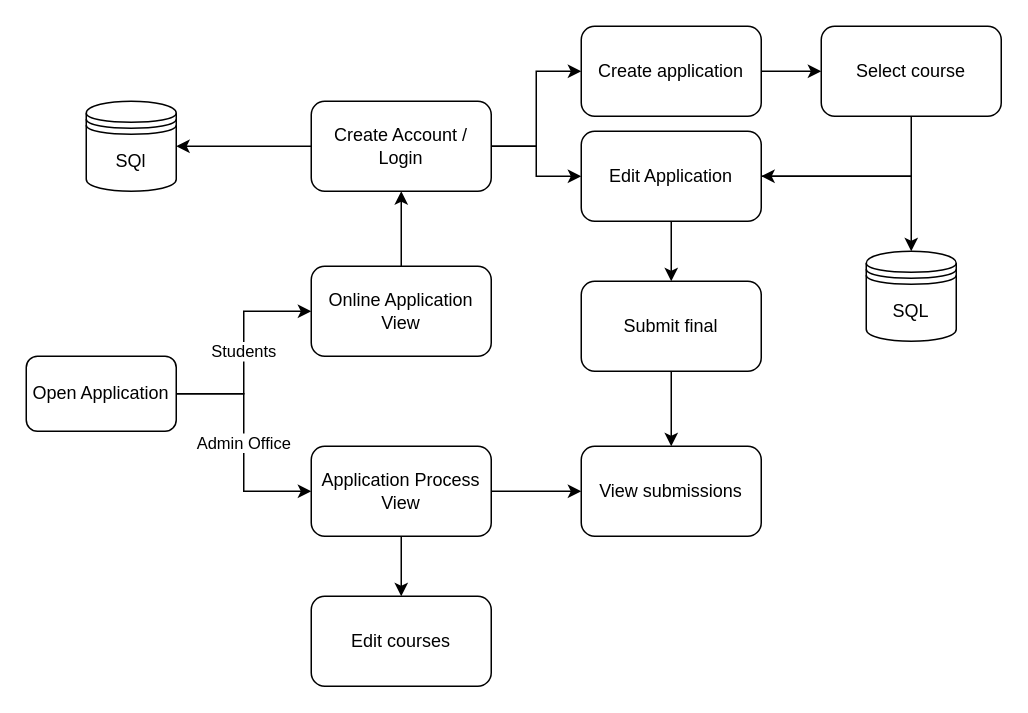
This is Phase1/flow diagram.drawio from benricok/Delphi-PAT2022-Gr12, a draw.io file, before an edit. Source tidied: cells renumbered, new cells numbered last; positions are measured from the earlier drawing's top-left corner, leaving out a move shared by most shapes. Both pictures are drawn from the tidied source at 150%, with x=0, y=0 at pixel (26, 26).
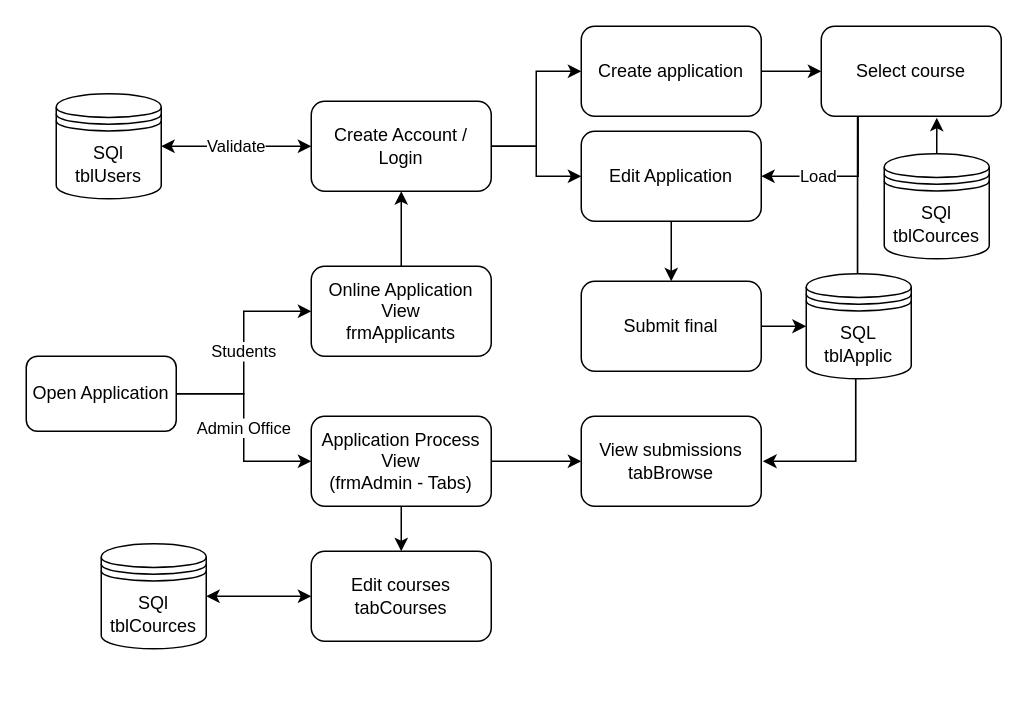
Above is the later version.

Unchanged cells that the change refers to:
```xml
<mxCell id="13" value="Create Account /&lt;br&gt;Login" style="whiteSpace=wrap;html=1;rounded=1;" parent="1" vertex="1">
  <mxGeometry x="190" y="50" width="120" height="60" as="geometry" />
</mxCell>
<mxCell id="18" value="Edit Application" style="whiteSpace=wrap;html=1;rounded=1;" parent="1" vertex="1">
  <mxGeometry x="370" y="70" width="120" height="60" as="geometry" />
</mxCell>
<mxCell id="21" value="Submit final" style="whiteSpace=wrap;html=1;rounded=1;" parent="1" vertex="1">
  <mxGeometry x="370" y="170" width="120" height="60" as="geometry" />
</mxCell>
<mxCell id="25" value="Select course" style="whiteSpace=wrap;html=1;rounded=1;" parent="1" vertex="1">
  <mxGeometry x="530" width="120" height="60" as="geometry" />
</mxCell>
```

Change to the diagram source:
```diff
@@
-    <mxCell id="6" value="Online Application View" style="whiteSpace=wrap;html=1;rounded=1;" parent="1" vertex="1">
+    <mxCell id="6" value="Online Application View&lt;br&gt;frmApplicants" style="whiteSpace=wrap;html=1;rounded=1;" parent="1" vertex="1">
       <mxGeometry x="190" y="160" width="120" height="60" as="geometry" />
     </mxCell>
@@
-    <mxCell id="9" value="Application Process&lt;br&gt;View" style="whiteSpace=wrap;html=1;rounded=1;" parent="1" vertex="1">
-      <mxGeometry x="190" y="280" width="120" height="60" as="geometry" />
+    <mxCell id="9" value="Application Process&lt;br&gt;View&lt;br&gt;(frmAdmin - Tabs)" style="whiteSpace=wrap;html=1;rounded=1;" parent="1" vertex="1">
+      <mxGeometry x="190" y="260" width="120" height="60" as="geometry" />
     </mxCell>
@@
-    <mxCell id="12" style="edgeStyle=orthogonalEdgeStyle;rounded=0;jettySize=auto;html=1;entryX=1;entryY=0.5;entryDx=0;entryDy=0;" parent="1" edge="1" source="13" target="19">
+    <mxCell id="12" value="Validate" style="edgeStyle=orthogonalEdgeStyle;rounded=0;jettySize=auto;html=1;entryX=1;entryY=0.5;entryDx=0;entryDy=0;startArrow=classic;startFill=1;" parent="1" edge="1" source="13" target="19">
       <mxGeometry relative="1" as="geometry" />
     </mxCell>
@@
+    <mxCell id="27" style="edgeStyle=orthogonalEdgeStyle;rounded=0;jettySize=auto;html=1;entryX=0.5;entryY=0;entryDx=0;entryDy=0;startArrow=classic;startFill=1;endArrow=none;endFill=0;exitX=0.642;exitY=1.017;exitDx=0;exitDy=0;exitPerimeter=0;" parent="1" edge="1" source="25" target="32">
+      <mxGeometry relative="1" as="geometry" />
+    </mxCell>
@@
-    <mxCell id="17" style="edgeStyle=orthogonalEdgeStyle;rounded=0;jettySize=auto;html=1;entryX=0.5;entryY=0;entryDx=0;entryDy=0;" parent="1" edge="1" source="18" target="26">
-      <mxGeometry relative="1" as="geometry" />
-    </mxCell>
@@
-    <mxCell id="19" value="SQl" style="shape=datastore;whiteSpace=wrap;html=1;" parent="1" vertex="1">
-      <mxGeometry x="40" y="50" width="60" height="60" as="geometry" />
+    <mxCell id="19" value="SQl&lt;br&gt;tblUsers" style="shape=datastore;whiteSpace=wrap;html=1;" parent="1" vertex="1">
+      <mxGeometry x="20" y="45" width="70" height="70" as="geometry" />
     </mxCell>
-    <mxCell id="20" style="edgeStyle=orthogonalEdgeStyle;rounded=0;jettySize=auto;html=1;entryX=0.5;entryY=0;entryDx=0;entryDy=0;" parent="1" edge="1" source="21" target="23">
-      <mxGeometry relative="1" as="geometry" />
-    </mxCell>
+    <mxCell id="28" style="edgeStyle=orthogonalEdgeStyle;rounded=0;jettySize=auto;html=1;entryX=0;entryY=0.5;entryDx=0;entryDy=0;startArrow=none;startFill=0;endArrow=classic;endFill=1;strokeWidth=1.1;" parent="1" edge="1" source="21" target="26">
+      <mxGeometry relative="1" as="geometry" />
+    </mxCell>
@@
+    <mxCell id="29" style="edgeStyle=orthogonalEdgeStyle;rounded=0;jettySize=auto;html=1;entryX=1;entryY=0.5;entryDx=0;entryDy=0;startArrow=classic;startFill=1;endArrow=classic;endFill=1;" parent="1" edge="1" source="22" target="33">
+      <mxGeometry relative="1" as="geometry" />
+    </mxCell>
-    <mxCell id="22" value="Edit courses" style="whiteSpace=wrap;html=1;rounded=1;" parent="1" vertex="1">
-      <mxGeometry x="190" y="380" width="120" height="60" as="geometry" />
+    <mxCell id="22" value="Edit courses&lt;br&gt;tabCourses" style="whiteSpace=wrap;html=1;rounded=1;" parent="1" vertex="1">
+      <mxGeometry x="190" y="350" width="120" height="60" as="geometry" />
     </mxCell>
-    <mxCell id="23" value="View submissions" style="whiteSpace=wrap;html=1;rounded=1;" parent="1" vertex="1">
-      <mxGeometry x="370" y="280" width="120" height="60" as="geometry" />
+    <mxCell id="23" value="View submissions&lt;br&gt;tabBrowse" style="whiteSpace=wrap;html=1;rounded=1;" parent="1" vertex="1">
+      <mxGeometry x="370" y="260" width="120" height="60" as="geometry" />
     </mxCell>
-    <mxCell id="24" style="edgeStyle=orthogonalEdgeStyle;rounded=0;jettySize=auto;html=1;entryX=1;entryY=0.5;entryDx=0;entryDy=0;" parent="1" edge="1" source="25" target="18">
-      <mxGeometry relative="1" as="geometry">
+    <mxCell id="24" value="Load" style="edgeStyle=orthogonalEdgeStyle;rounded=0;jettySize=auto;html=1;entryX=1;entryY=0.5;entryDx=0;entryDy=0;exitX=0.205;exitY=0.994;exitDx=0;exitDy=0;exitPerimeter=0;strokeWidth=1;" parent="1" edge="1" source="25" target="18">
+      <mxGeometry x="0.27" relative="1" as="geometry">
         <Array as="points">
-          <mxPoint x="590" y="100" />
+          <mxPoint x="555" y="100" />
         </Array>
       </mxGeometry>
     </mxCell>
@@
+    <mxCell id="30" style="edgeStyle=orthogonalEdgeStyle;rounded=0;jettySize=auto;html=1;entryX=0.202;entryY=1;entryDx=0;entryDy=0;startArrow=none;startFill=0;endArrow=none;endFill=0;entryPerimeter=0;strokeWidth=1.1;exitX=0.568;exitY=0.017;exitDx=0;exitDy=0;exitPerimeter=0;" parent="1" edge="1" source="26" target="25">
+      <mxGeometry relative="1" as="geometry">
+        <Array as="points">
+          <mxPoint x="554" y="166" />
+        </Array>
+      </mxGeometry>
+    </mxCell>
+    <mxCell id="31" style="edgeStyle=orthogonalEdgeStyle;rounded=0;jettySize=auto;html=1;startArrow=none;startFill=0;endArrow=classic;endFill=1;strokeWidth=1.1;" parent="1" edge="1" source="26">
+      <mxGeometry relative="1" as="geometry">
+        <mxPoint x="491" y="290" as="targetPoint" />
+        <Array as="points">
+          <mxPoint x="553" y="290" />
+        </Array>
+      </mxGeometry>
+    </mxCell>
-    <mxCell id="26" value="SQL" style="shape=datastore;whiteSpace=wrap;html=1;" parent="1" vertex="1">
-      <mxGeometry x="560" y="150" width="60" height="60" as="geometry" />
+    <mxCell id="26" value="SQL&lt;br&gt;tblApplic" style="shape=datastore;whiteSpace=wrap;html=1;" parent="1" vertex="1">
+      <mxGeometry x="520" y="165" width="70" height="70" as="geometry" />
     </mxCell>
+    <mxCell id="32" value="SQl&lt;br&gt;tblCources" style="shape=datastore;whiteSpace=wrap;html=1;" parent="1" vertex="1">
+      <mxGeometry x="572" y="85" width="70" height="70" as="geometry" />
+    </mxCell>
+    <mxCell id="33" value="SQl&lt;br&gt;tblCources" style="shape=datastore;whiteSpace=wrap;html=1;" parent="1" vertex="1">
+      <mxGeometry x="50" y="345" width="70" height="70" as="geometry" />
+    </mxCell>
```
